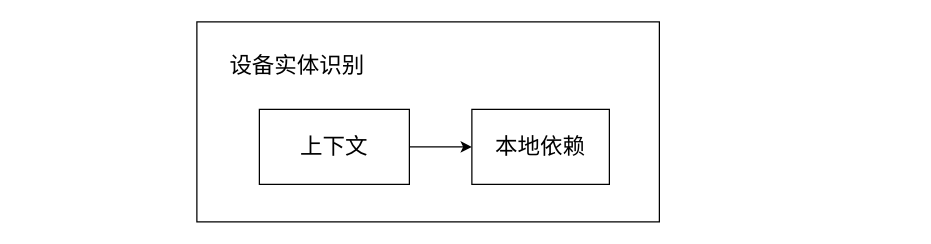
Earlier version of the draw.io diagram 用于发现物联网设备的规则采集引擎/用于发现物联网设备的规则采集引擎.drawio (myyppp/diagrams). Source tidied: cells renumbered, new cells numbered last; positions are measured from the earlier drawing's top-left corner, leaving out a move shared by most shapes. Both pictures are drawn from the tidied source at 125%, with x=0, y=0 at pixel (196, 21).
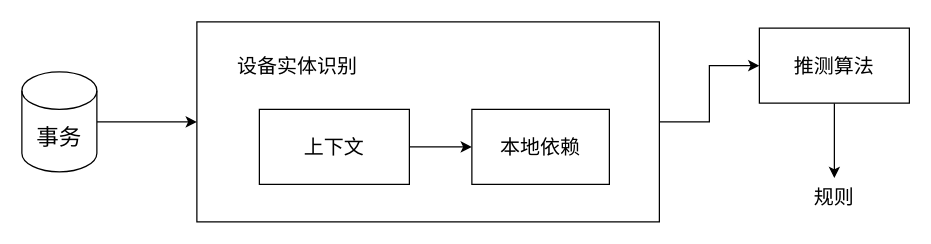
After the change.

Commit message:
更新用于发现物联网设备的规则采集引擎.drawio

Change to the diagram source:
```diff
@@
 <mxGraphModel>
   <root>
     <mxCell id="0" />
     <mxCell id="1" parent="0" />
+    <mxCell id="7" style="edgeStyle=orthogonalEdgeStyle;rounded=0;jettySize=auto;html=1;entryX=0;entryY=0.5;entryDx=0;entryDy=0;fontSize=16;" parent="1" edge="1" source="2" target="9">
+      <mxGeometry relative="1" as="geometry" />
+    </mxCell>
-    <mxCell id="2" style="rounded=0;whiteSpace=wrap;html=1;fontSize=18;" parent="1" vertex="1">
+    <mxCell id="2" style="rounded=0;whiteSpace=wrap;html=1;fontSize=16;" parent="1" vertex="1">
       <mxGeometry width="370" height="160" as="geometry" />
     </mxCell>
-    <mxCell id="3" value="本地依赖" style="rounded=0;whiteSpace=wrap;html=1;fontSize=18;" parent="1" vertex="1">
+    <mxCell id="3" value="本地依赖" style="rounded=0;whiteSpace=wrap;html=1;fontSize=16;" parent="1" vertex="1">
       <mxGeometry x="220" y="70" width="110" height="60" as="geometry" />
     </mxCell>
-    <mxCell id="4" value="设备实体识别" style="text;html=1;align=center;verticalAlign=middle;strokeColor=none;fillColor=none;fontSize=18;" parent="1" vertex="1">
-      <mxGeometry x="20" y="20" width="120" height="30" as="geometry" />
+    <mxCell id="4" value="设备实体识别" style="text;html=1;align=center;verticalAlign=middle;strokeColor=none;fillColor=none;fontSize=16;" parent="1" vertex="1">
+      <mxGeometry x="25" y="25" width="110" height="20" as="geometry" />
     </mxCell>
-    <mxCell id="5" style="edgeStyle=orthogonalEdgeStyle;rounded=0;jettySize=auto;html=1;fontSize=18;" parent="1" edge="1" source="6" target="3">
+    <mxCell id="5" style="edgeStyle=orthogonalEdgeStyle;rounded=0;jettySize=auto;html=1;fontSize=16;" parent="1" edge="1" source="6" target="3">
       <mxGeometry relative="1" as="geometry" />
     </mxCell>
-    <mxCell id="6" value="上下文" style="rounded=0;whiteSpace=wrap;html=1;fontSize=18;" parent="1" vertex="1">
+    <mxCell id="6" value="上下文" style="rounded=0;whiteSpace=wrap;html=1;fontSize=16;" parent="1" vertex="1">
       <mxGeometry x="50" y="70" width="120" height="60" as="geometry" />
     </mxCell>
+    <mxCell id="8" style="edgeStyle=orthogonalEdgeStyle;rounded=0;jettySize=auto;html=1;fontSize=16;" parent="1" edge="1" source="9" target="10">
+      <mxGeometry relative="1" as="geometry" />
+    </mxCell>
+    <mxCell id="9" value="推测算法" style="rounded=0;whiteSpace=wrap;html=1;fontSize=16;" parent="1" vertex="1">
+      <mxGeometry x="450" y="5" width="120" height="60" as="geometry" />
+    </mxCell>
+    <mxCell id="10" value="规则" style="text;html=1;strokeColor=none;fillColor=none;align=center;verticalAlign=middle;whiteSpace=wrap;rounded=0;fontSize=16;" parent="1" vertex="1">
+      <mxGeometry x="480" y="125" width="60" height="30" as="geometry" />
+    </mxCell>
+    <mxCell id="11" style="edgeStyle=orthogonalEdgeStyle;rounded=0;jettySize=auto;html=1;fontSize=16;" parent="1" edge="1" source="12" target="2">
+      <mxGeometry relative="1" as="geometry" />
+    </mxCell>
+    <mxCell id="12" value="事务" style="shape=cylinder3;whiteSpace=wrap;html=1;boundedLbl=1;backgroundOutline=1;size=15;fontSize=18;" parent="1" vertex="1">
+      <mxGeometry x="-140" y="40" width="60" height="80" as="geometry" />
+    </mxCell>
   </root>
 </mxGraphModel>
```
